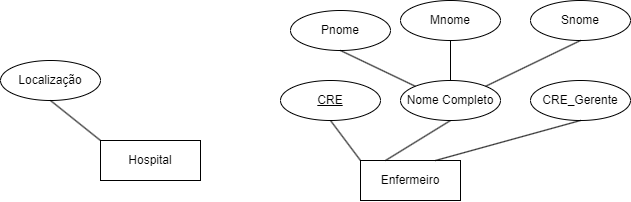
Earlier version of the draw.io export Exerc1.drawio.png (VitorFonseca123/ExerciciosACH2004_BD). Source tidied: cells renumbered, new cells last; positions are measured from the earlier drawing's top-left corner, leaving out a move shared by most shapes.
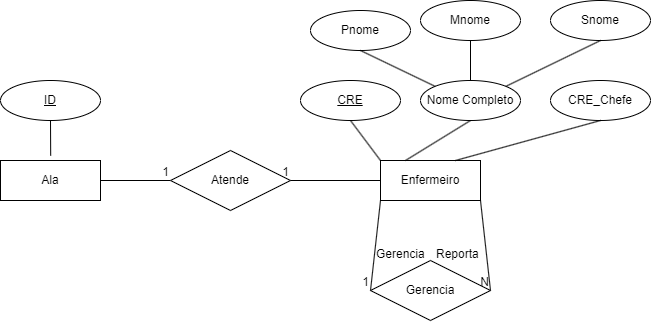
Above is the later version.

Commit message:
Adiciona relacionamento entre ala e enfermeiro

Change to the diagram source:
```diff
@@ -2,15 +2,6 @@
   <root>
     <mxCell id="0" />
     <mxCell id="1" parent="0" />
-    <mxCell id="2" value="Hospital" style="whiteSpace=wrap;html=1;align=center;" parent="1" vertex="1">
-      <mxGeometry x="100" y="140" width="100" height="40" as="geometry" />
-    </mxCell>
-    <mxCell id="3" value="Localização" style="ellipse;whiteSpace=wrap;html=1;align=center;" parent="1" vertex="1">
-      <mxGeometry y="60" width="100" height="40" as="geometry" />
-    </mxCell>
-    <mxCell id="4" style="endArrow=none;html=1;rounded=0;entryX=0;entryY=0;entryDx=0;entryDy=0;exitX=0.5;exitY=1;exitDx=0;exitDy=0;" parent="1" edge="1" source="3" target="2">
-      <mxGeometry relative="1" as="geometry" />
-    </mxCell>
     <mxCell id="5" value="Enfermeiro" style="whiteSpace=wrap;html=1;align=center;" parent="1" vertex="1">
       <mxGeometry x="360" y="160" width="100" height="40" as="geometry" />
     </mxCell>
@@ -46,11 +37,58 @@
     <mxCell id="15" style="endArrow=none;html=1;rounded=0;exitX=0.5;exitY=1;exitDx=0;exitDy=0;entryX=1;entryY=0;entryDx=0;entryDy=0;" parent="1" edge="1" source="14" target="9">
       <mxGeometry relative="1" as="geometry" />
     </mxCell>
-    <mxCell id="16" value="CRE_Gerente" style="ellipse;whiteSpace=wrap;html=1;align=center;" parent="1" vertex="1">
+    <mxCell id="16" value="CRE_Chefe" style="ellipse;whiteSpace=wrap;html=1;align=center;" parent="1" vertex="1">
       <mxGeometry x="530" y="80" width="100" height="40" as="geometry" />
     </mxCell>
     <mxCell id="17" style="endArrow=none;html=1;rounded=0;exitX=0.5;exitY=1;exitDx=0;exitDy=0;entryX=0.75;entryY=0;entryDx=0;entryDy=0;" parent="1" edge="1" source="16" target="5">
       <mxGeometry relative="1" as="geometry" />
     </mxCell>
+    <mxCell id="18" value="Gerencia" style="shape=rhombus;perimeter=rhombusPerimeter;whiteSpace=wrap;html=1;align=center;" parent="1" vertex="1">
+      <mxGeometry x="350" y="260" width="120" height="60" as="geometry" />
+    </mxCell>
+    <mxCell id="19" style="endArrow=none;html=1;rounded=0;entryX=0;entryY=0.5;entryDx=0;entryDy=0;exitX=0;exitY=1;exitDx=0;exitDy=0;" parent="1" edge="1" source="5" target="18">
+      <mxGeometry relative="1" as="geometry" />
+    </mxCell>
+    <mxCell id="20" value="1" style="html=1;whiteSpace=wrap;align=right;verticalAlign=bottom;" parent="19" vertex="1">
+      <mxGeometry x="1" relative="1" as="geometry" />
+    </mxCell>
+    <mxCell id="21" value="Gerencia" style="text;strokeColor=none;fillColor=none;spacingLeft=4;spacingRight=4;overflow=hidden;fontSize=12;whiteSpace=wrap;html=1;" parent="1" vertex="1">
+      <mxGeometry x="350" y="240" width="60" height="30" as="geometry" />
+    </mxCell>
+    <mxCell id="22" value="Reporta" style="text;strokeColor=none;fillColor=none;spacingLeft=4;spacingRight=4;overflow=hidden;fontSize=12;whiteSpace=wrap;html=1;" parent="1" vertex="1">
+      <mxGeometry x="410" y="240" width="80" height="30" as="geometry" />
+    </mxCell>
+    <mxCell id="23" style="endArrow=none;html=1;rounded=0;entryX=1;entryY=0.5;entryDx=0;entryDy=0;exitX=1;exitY=1;exitDx=0;exitDy=0;" parent="1" edge="1" source="5" target="18">
+      <mxGeometry relative="1" as="geometry" />
+    </mxCell>
+    <mxCell id="24" value="N" style="html=1;whiteSpace=wrap;align=right;verticalAlign=bottom;" parent="23" vertex="1">
+      <mxGeometry x="1" relative="1" as="geometry" />
+    </mxCell>
+    <mxCell id="25" value="Ala" style="whiteSpace=wrap;html=1;align=center;" parent="1" vertex="1">
+      <mxGeometry x="-20" y="160" width="100" height="40" as="geometry" />
+    </mxCell>
+    <mxCell id="26" style="rounded=0;jettySize=auto;html=1;exitX=0.5;exitY=1;exitDx=0;exitDy=0;entryX=0.502;entryY=-0.121;entryDx=0;entryDy=0;strokeColor=default;endArrow=none;endFill=0;entryPerimeter=0;" parent="1" edge="1" source="27" target="25">
+      <mxGeometry relative="1" as="geometry" />
+    </mxCell>
+    <mxCell id="27" value="ID" style="ellipse;whiteSpace=wrap;html=1;align=center;fontStyle=4;" parent="1" vertex="1">
+      <mxGeometry x="-20" y="80" width="100" height="40" as="geometry" />
+    </mxCell>
+    <mxCell id="28" style="endArrow=none;html=1;rounded=0;exitX=1;exitY=0.5;exitDx=0;exitDy=0;" parent="1" edge="1" source="25">
+      <mxGeometry relative="1" as="geometry">
+        <mxPoint x="150" y="180" as="targetPoint" />
+      </mxGeometry>
+    </mxCell>
+    <mxCell id="29" value="1" style="html=1;whiteSpace=wrap;align=right;verticalAlign=bottom;" parent="28" vertex="1">
+      <mxGeometry x="1" relative="1" as="geometry" />
+    </mxCell>
+    <mxCell id="30" value="Atende" style="shape=rhombus;perimeter=rhombusPerimeter;whiteSpace=wrap;html=1;align=center;" parent="1" vertex="1">
+      <mxGeometry x="150" y="150" width="120" height="60" as="geometry" />
+    </mxCell>
+    <mxCell id="31" style="endArrow=none;html=1;rounded=0;exitX=0;exitY=0.5;exitDx=0;exitDy=0;entryX=1;entryY=0.5;entryDx=0;entryDy=0;" parent="1" edge="1" source="5" target="30">
+      <mxGeometry relative="1" as="geometry" />
+    </mxCell>
+    <mxCell id="32" value="1" style="html=1;whiteSpace=wrap;align=right;verticalAlign=bottom;" parent="31" vertex="1">
+      <mxGeometry x="1" relative="1" as="geometry" />
+    </mxCell>
   </root>
 </mxGraphModel>
```
